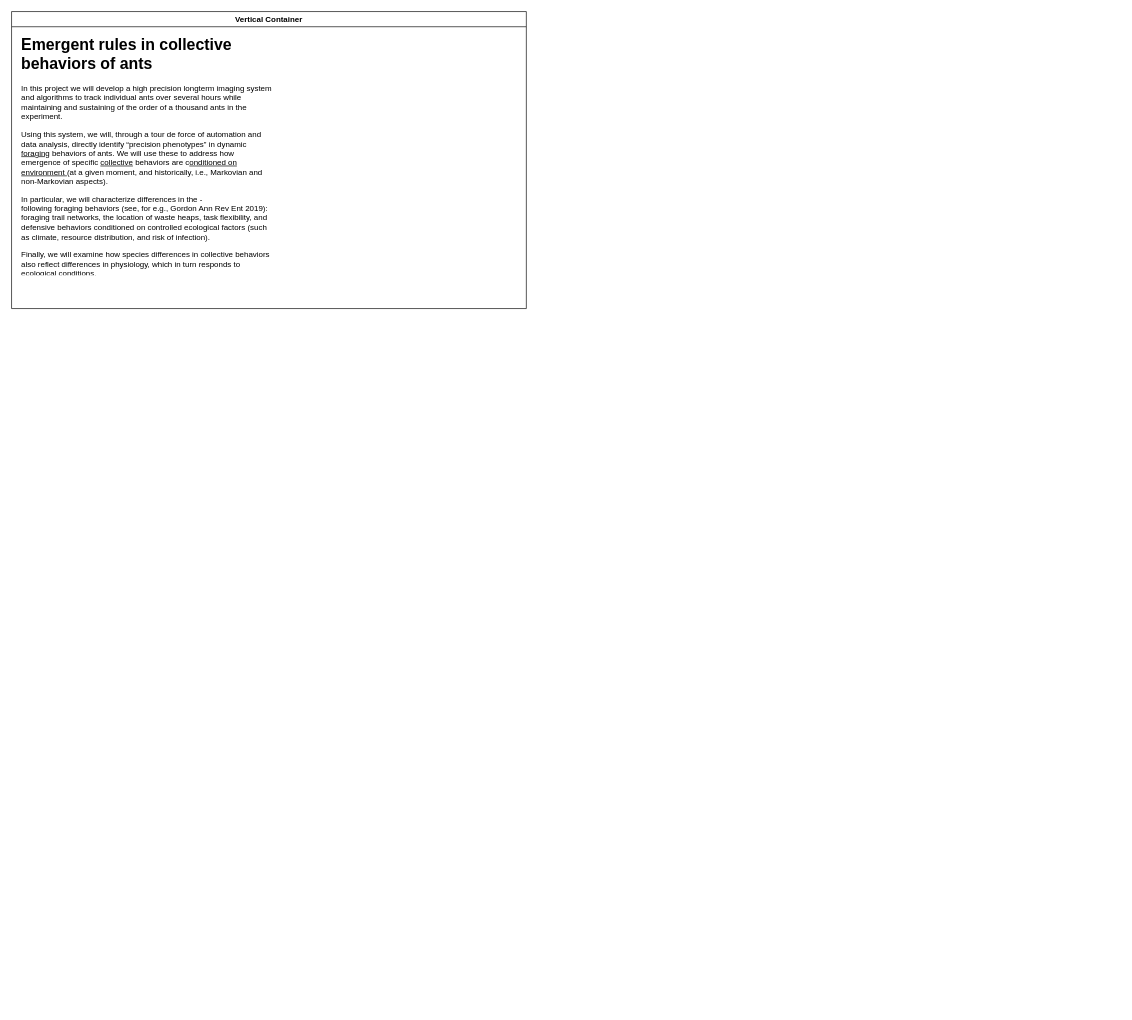
MangledPotat0/diagramsRoot keeps this draw.io diagram as research/overall_research_goal.drawio. Above is the earlier version. Source tidied: cells renumbered, new cells numbered last; positions are measured from the earlier drawing's top-left corner, leaving out a move shared by most shapes. Both pictures are drawn from the tidied source at 66%, with x=0, y=0 at pixel (11, 11).
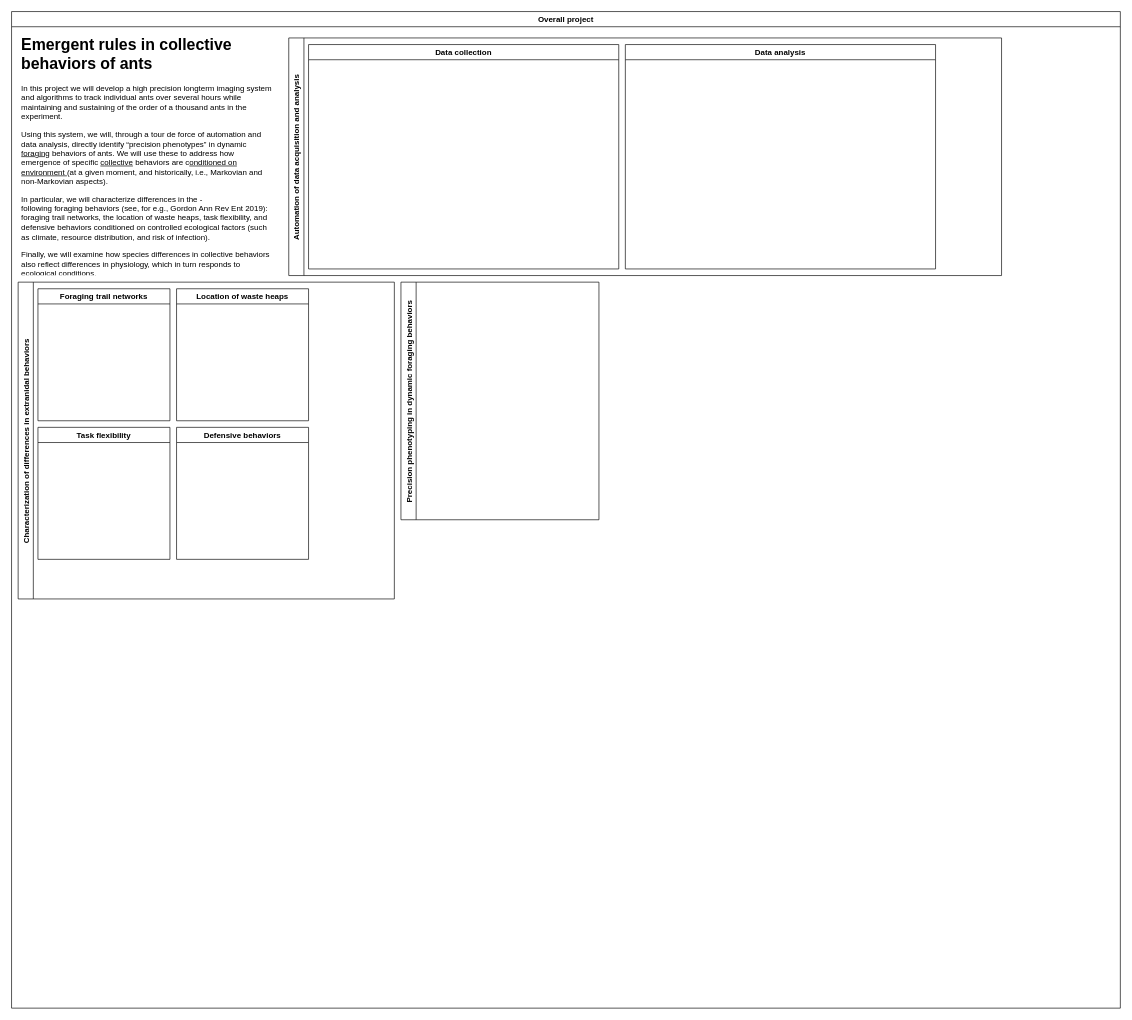
Above is the later version.

What changed in the source:
```diff
@@
 <mxGraphModel>
   <root>
     <mxCell id="0" />
     <mxCell id="1" parent="0" />
-    <mxCell id="2" value="Vertical Container" style="swimlane;" parent="1" vertex="1">
-      <mxGeometry width="780" height="450" as="geometry" />
+    <mxCell id="2" value="Overall project" style="swimlane;" parent="1" vertex="1">
+      <mxGeometry width="1680" height="1510" as="geometry" />
     </mxCell>
     <mxCell id="3" value="&lt;h1&gt;&lt;b&gt;Emergent rules in collective behaviors of ants&lt;/b&gt;&lt;/h1&gt;&lt;p&gt;In this project we will develop a high precision longterm imaging system&lt;br&gt; and algorithms to track individual ants over several hours while maintaining and sustaining of the order of a thousand ants in the experiment.&lt;/p&gt;&lt;p&gt;Using this system, we will, through a tour de force of automation and data analysis, directly identify “precision phenotypes” in dynamic &lt;u&gt;foraging&lt;/u&gt; behaviors of ants. We will use these to address how emergence of specific &lt;u&gt;collective&lt;/u&gt; behaviors are c&lt;u&gt;onditioned on environment &lt;/u&gt;(at a given moment, and historically, i.e., Markovian and non-Markovian aspects).&lt;/p&gt;&lt;p&gt;In particular, we will characterize differences in the -&lt;br&gt;following foraging behaviors (see, for e.g., Gordon Ann Rev Ent 2019): &lt;br&gt;foraging trail networks, the location of waste heaps, task flexibility, and defensive behaviors conditioned on controlled ecological factors (such as climate, resource distribution, and risk of infection).&lt;/p&gt;&lt;p&gt;Finally, we will examine how species differences in collective behaviors also reflect differences in physiology, which in turn responds to ecological conditions.&lt;/p&gt;" style="text;html=1;strokeColor=none;fillColor=none;spacing=5;spacingTop=-20;whiteSpace=wrap;overflow=hidden;rounded=0;" parent="2" vertex="1">
       <mxGeometry x="10" y="30" width="390" height="370" as="geometry" />
     </mxCell>
+    <mxCell id="4" value="Automation of data acquisition and analysis" style="swimlane;horizontal=0;" parent="2" vertex="1">
+      <mxGeometry x="420" y="40" width="1080" height="360" as="geometry" />
+    </mxCell>
+    <mxCell id="5" value="Data collection" style="swimlane;" parent="4" vertex="1">
+      <mxGeometry x="30" y="10" width="470" height="340" as="geometry" />
+    </mxCell>
+    <mxCell id="6" value="Data analysis" style="swimlane;" parent="4" vertex="1">
+      <mxGeometry x="510" y="10" width="470" height="340" as="geometry" />
+    </mxCell>
+    <mxCell id="7" value="Precision phenotyping in dynamic foraging behaviors" style="swimlane;horizontal=0;" parent="2" vertex="1">
+      <mxGeometry x="590" y="410" width="300" height="360" as="geometry" />
+    </mxCell>
+    <mxCell id="8" value="Characterization of differences in extranidal behaviors" style="swimlane;horizontal=0;" parent="2" vertex="1">
+      <mxGeometry x="10" y="410" width="570" height="480" as="geometry" />
+    </mxCell>
+    <mxCell id="9" value="Foraging trail networks" style="swimlane;" parent="8" vertex="1">
+      <mxGeometry x="30" y="10" width="200" height="200" as="geometry" />
+    </mxCell>
+    <mxCell id="10" value="Location of waste heaps" style="swimlane;" parent="8" vertex="1">
+      <mxGeometry x="240" y="10" width="200" height="200" as="geometry" />
+    </mxCell>
+    <mxCell id="11" value="Task flexibility" style="swimlane;" parent="8" vertex="1">
+      <mxGeometry x="30" y="220" width="200" height="200" as="geometry" />
+    </mxCell>
+    <mxCell id="12" value="Defensive behaviors" style="swimlane;" parent="8" vertex="1">
+      <mxGeometry x="240" y="220" width="200" height="200" as="geometry" />
+    </mxCell>
   </root>
 </mxGraphModel>
```
